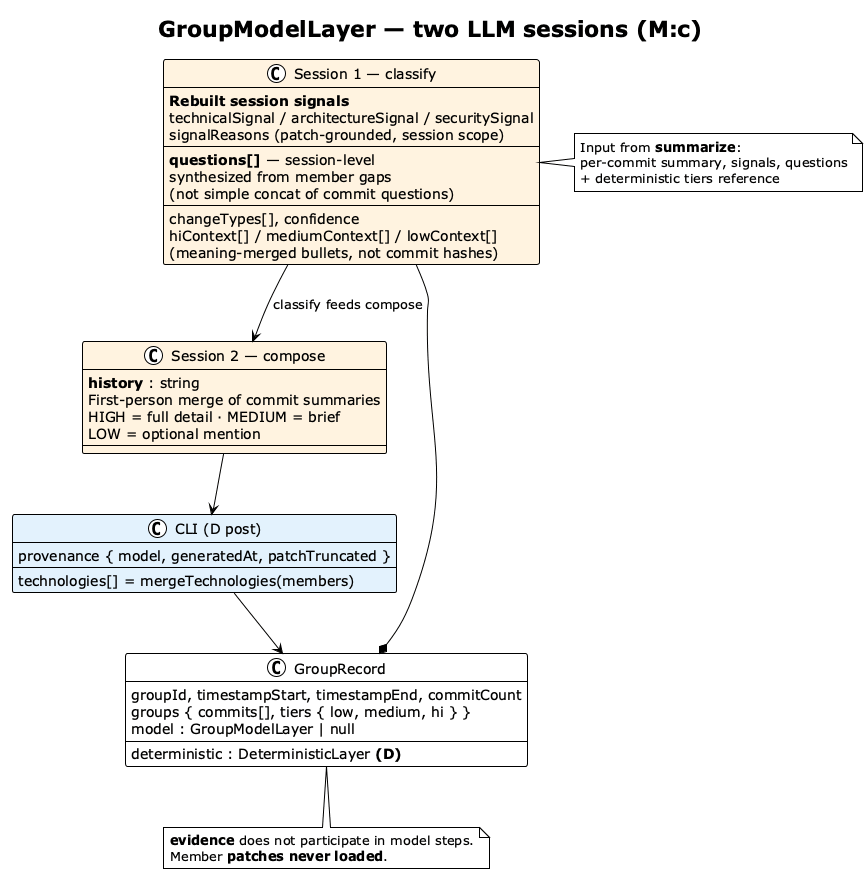
Above: img/commit-group-model-layer.png in vzakharchenko/dev-workgraph (PlantUML), before the change.
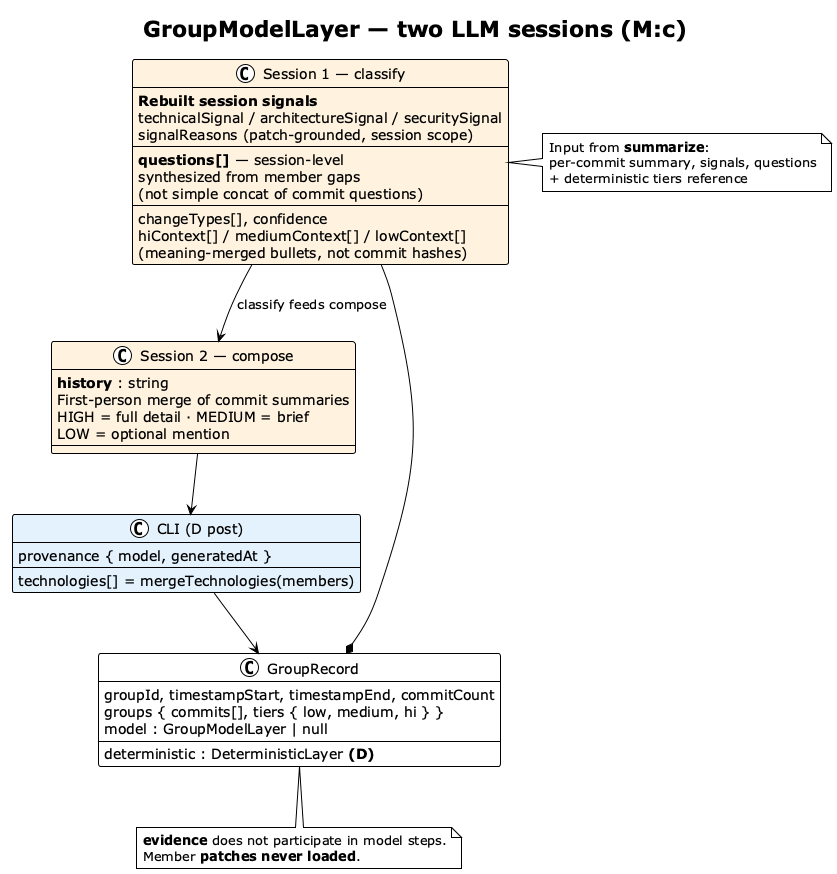
The same file after the commit.

Change to the diagram source:
```diff
@@ -35,7 +35,7 @@
 
 class "CLI (D post)" as CLI #E3F2FD {
   technologies[] = mergeTechnologies(members)
-  provenance { model, generatedAt, patchTruncated }
+  provenance { model, generatedAt }
 }
 
 GR *-- C1
```
